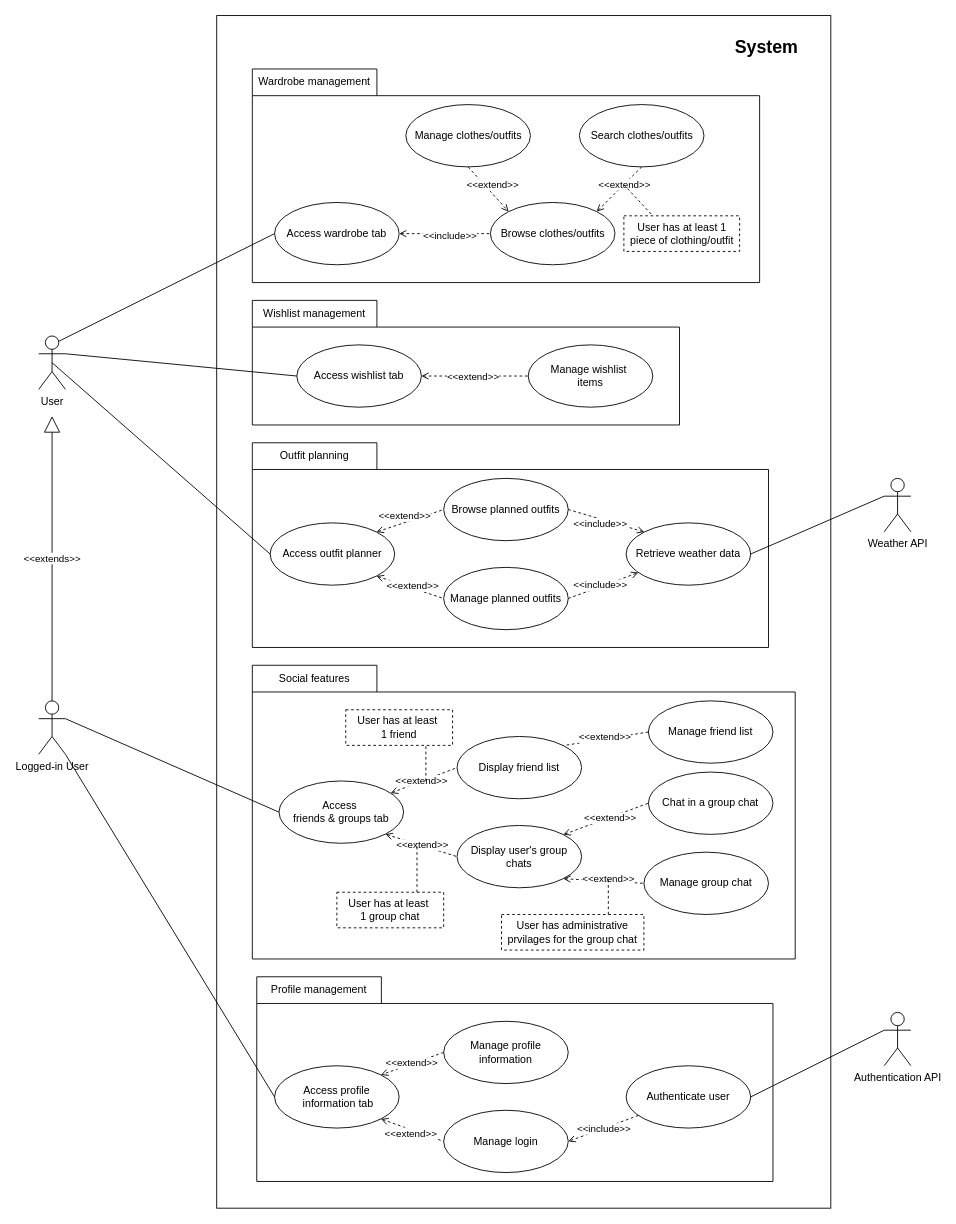
Earlier version of the draw.io diagram docs/diagrams/ucd-system.drawio (gienon-fer/SeekFit). Source tidied: cells renumbered, new cells numbered last; positions are measured from the earlier drawing's top-left corner, leaving out a move shared by most shapes. Both pictures are drawn from the tidied source at 89%, with x=0, y=0 at pixel (38, 15).
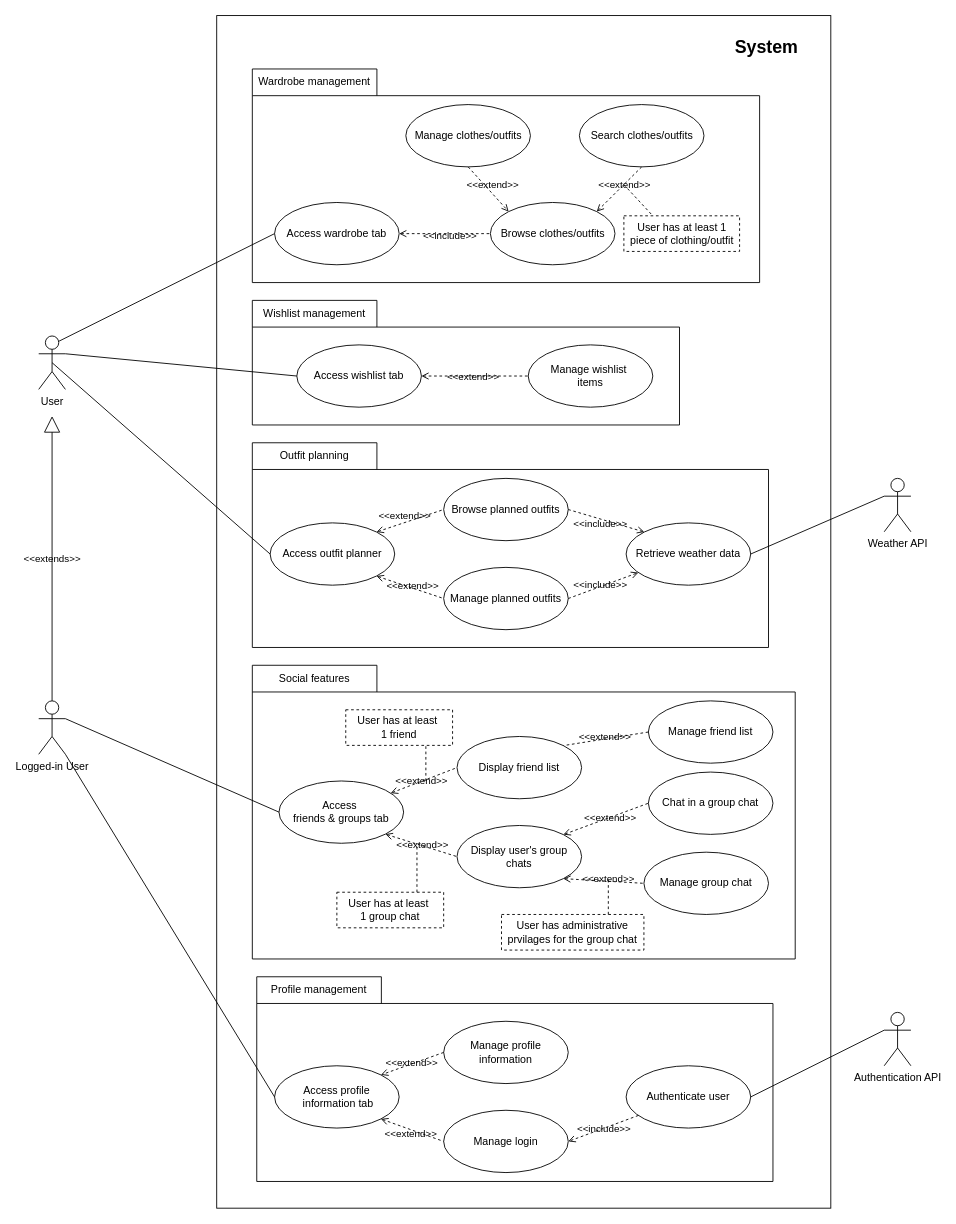
The same diagram, later.

The change refers to these unchanged cells:
```xml
<mxCell id="15" style="endArrow=none;dashed=1;html=1;rounded=0;entryX=0;entryY=0.5;entryDx=0;entryDy=0;exitX=1;exitY=0.5;exitDx=0;exitDy=0;startArrow=open;startFill=0;" parent="1" edge="1" source="8" target="10">
  <mxGeometry relative="1" as="geometry" />
</mxCell>
<mxCell id="17" style="endArrow=open;dashed=1;html=1;rounded=0;entryX=0;entryY=0;entryDx=0;entryDy=0;exitX=0.5;exitY=1;exitDx=0;exitDy=0;startArrow=none;startFill=0;endFill=0;" parent="1" edge="1" source="9" target="10">
  <mxGeometry relative="1" as="geometry" />
</mxCell>
<mxCell id="19" style="endArrow=none;dashed=1;html=1;rounded=0;entryX=0.5;entryY=1;entryDx=0;entryDy=0;exitX=1;exitY=0;exitDx=0;exitDy=0;startArrow=open;startFill=0;" parent="1" edge="1" source="10" target="11">
  <mxGeometry relative="1" as="geometry" />
</mxCell>
<mxCell id="21" style="endArrow=none;dashed=1;html=1;rounded=0;entryX=0;entryY=0.5;entryDx=0;entryDy=0;exitX=1;exitY=0;exitDx=0;exitDy=0;startArrow=open;startFill=0;" parent="1" edge="1" source="12" target="13">
  <mxGeometry relative="1" as="geometry" />
</mxCell>
<mxCell id="23" style="endArrow=none;dashed=1;html=1;rounded=0;entryX=0;entryY=0.5;entryDx=0;entryDy=0;exitX=1;exitY=1;exitDx=0;exitDy=0;startArrow=open;startFill=0;" parent="1" edge="1" source="12" target="14">
  <mxGeometry relative="1" as="geometry" />
</mxCell>
<mxCell id="31" style="endArrow=none;dashed=1;html=1;rounded=0;entryX=0;entryY=0.5;entryDx=0;entryDy=0;exitX=1;exitY=1;exitDx=0;exitDy=0;startArrow=open;startFill=0;" parent="1" edge="1" source="25" target="28">
  <mxGeometry relative="1" as="geometry" />
</mxCell>
<mxCell id="33" style="endArrow=none;dashed=1;html=1;rounded=0;entryX=1;entryY=0;entryDx=0;entryDy=0;exitX=0;exitY=0.5;exitDx=0;exitDy=0;" parent="1" edge="1" source="27" target="26">
  <mxGeometry relative="1" as="geometry" />
</mxCell>
<mxCell id="35" style="endArrow=none;dashed=1;html=1;rounded=0;entryX=0;entryY=0.5;entryDx=0;entryDy=0;exitX=1;exitY=0;exitDx=0;exitDy=0;startArrow=open;startFill=0;" parent="1" edge="1" source="28" target="29">
  <mxGeometry relative="1" as="geometry" />
</mxCell>
<mxCell id="37" style="endArrow=none;dashed=1;html=1;rounded=0;entryX=0;entryY=0.5;entryDx=0;entryDy=0;exitX=1;exitY=1;exitDx=0;exitDy=0;startArrow=open;startFill=0;" parent="1" edge="1" source="28" target="30">
  <mxGeometry relative="1" as="geometry" />
</mxCell>
<mxCell id="43" style="endArrow=open;dashed=1;html=1;rounded=0;entryX=1;entryY=0;entryDx=0;entryDy=0;exitX=0;exitY=0.5;exitDx=0;exitDy=0;startArrow=none;startFill=0;endFill=0;" parent="1" edge="1" source="40" target="39">
  <mxGeometry relative="1" as="geometry" />
</mxCell>
<mxCell id="45" style="endArrow=none;dashed=1;html=1;rounded=0;exitX=1;exitY=1;exitDx=0;exitDy=0;entryX=0;entryY=0.5;entryDx=0;entryDy=0;startArrow=open;startFill=0;" parent="1" edge="1" source="39" target="41">
  <mxGeometry relative="1" as="geometry" />
</mxCell>
<mxCell id="47" style="endArrow=open;dashed=1;html=1;rounded=0;entryX=1;entryY=0.5;entryDx=0;entryDy=0;startArrow=none;startFill=0;endFill=0;" parent="1" edge="1" source="42" target="41">
  <mxGeometry relative="1" as="geometry" />
</mxCell>
<mxCell id="50" style="endArrow=none;dashed=1;html=1;rounded=0;entryX=1;entryY=0.5;entryDx=0;entryDy=0;exitX=0;exitY=0;exitDx=0;exitDy=0;startArrow=open;startFill=0;" parent="1" edge="1" source="49" target="13">
  <mxGeometry relative="1" as="geometry" />
</mxCell>
<mxCell id="52" style="endArrow=open;dashed=1;html=1;rounded=0;exitX=1;exitY=0.5;exitDx=0;exitDy=0;endFill=0;" parent="1" edge="1" source="14" target="49">
  <mxGeometry relative="1" as="geometry" />
</mxCell>
<mxCell id="56" style="endArrow=none;dashed=1;html=1;rounded=0;entryX=0;entryY=0.5;entryDx=0;entryDy=0;exitX=1;exitY=0.5;exitDx=0;exitDy=0;startArrow=open;startFill=0;" parent="1" edge="1" source="54" target="55">
  <mxGeometry relative="1" as="geometry" />
</mxCell>
<mxCell id="59" value="Logged-in User" style="shape=umlActor;verticalLabelPosition=bottom;verticalAlign=top;html=1;outlineConnect=0;" parent="1" vertex="1">
  <mxGeometry y="770" width="30" height="60" as="geometry" />
</mxCell>
<mxCell id="70" style="endArrow=none;dashed=1;html=1;rounded=0;entryX=0;entryY=0.5;entryDx=0;entryDy=0;startArrow=open;startFill=0;" parent="1" edge="1" source="25" target="26">
  <mxGeometry relative="1" as="geometry" />
</mxCell>
```

Change to the diagram source:
```diff
@@
-    <mxCell id="2" style="rounded=0;whiteSpace=wrap;html=1;" parent="1" vertex="1">
+    <mxCell id="2" style="rounded=0;whiteSpace=wrap;html=1;fillColor=none;" parent="1" vertex="1">
       <mxGeometry x="200" width="690" height="1340" as="geometry" />
     </mxCell>
-    <mxCell id="3" style="shape=folder;fontStyle=1;spacingTop=10;tabWidth=140;tabHeight=30;tabPosition=left;html=1;whiteSpace=wrap;" parent="1" vertex="1">
+    <mxCell id="3" style="shape=folder;fontStyle=1;spacingTop=10;tabWidth=140;tabHeight=30;tabPosition=left;html=1;whiteSpace=wrap;fillColor=none;" parent="1" vertex="1">
       <mxGeometry x="245" y="1080" width="580" height="230" as="geometry" />
     </mxCell>
-    <mxCell id="4" style="shape=folder;fontStyle=1;spacingTop=10;tabWidth=140;tabHeight=30;tabPosition=left;html=1;whiteSpace=wrap;" parent="1" vertex="1">
+    <mxCell id="4" style="shape=folder;fontStyle=1;spacingTop=10;tabWidth=140;tabHeight=30;tabPosition=left;html=1;whiteSpace=wrap;fillColor=none;" parent="1" vertex="1">
       <mxGeometry x="240" y="730" width="610" height="330" as="geometry" />
     </mxCell>
-    <mxCell id="5" style="shape=folder;fontStyle=1;spacingTop=10;tabWidth=140;tabHeight=30;tabPosition=left;html=1;whiteSpace=wrap;" parent="1" vertex="1">
+    <mxCell id="5" style="shape=folder;fontStyle=1;spacingTop=10;tabWidth=140;tabHeight=30;tabPosition=left;html=1;whiteSpace=wrap;fillColor=none;" parent="1" vertex="1">
       <mxGeometry x="240" y="480" width="580" height="230" as="geometry" />
     </mxCell>
-    <mxCell id="6" style="shape=folder;fontStyle=1;spacingTop=10;tabWidth=140;tabHeight=30;tabPosition=left;html=1;whiteSpace=wrap;" parent="1" vertex="1">
+    <mxCell id="6" style="shape=folder;fontStyle=1;spacingTop=10;tabWidth=140;tabHeight=30;tabPosition=left;html=1;whiteSpace=wrap;fillColor=none;" parent="1" vertex="1">
       <mxGeometry x="240" y="320" width="480" height="140" as="geometry" />
     </mxCell>
-    <mxCell id="7" style="shape=folder;fontStyle=1;spacingTop=10;tabWidth=140;tabHeight=30;tabPosition=left;html=1;whiteSpace=wrap;" parent="1" vertex="1">
+    <mxCell id="7" style="shape=folder;fontStyle=1;spacingTop=10;tabWidth=140;tabHeight=30;tabPosition=left;html=1;whiteSpace=wrap;fillColor=none;" parent="1" vertex="1">
       <mxGeometry x="240" y="60" width="570" height="240" as="geometry" />
     </mxCell>
@@
-    <mxCell id="16" value="&amp;lt;&amp;lt;include&amp;gt;&amp;gt;" style="edgeLabel;html=1;align=center;verticalAlign=middle;" parent="15" vertex="1">
+    <mxCell id="16" value="&amp;lt;&amp;lt;include&amp;gt;&amp;gt;" style="edgeLabel;html=1;align=center;verticalAlign=middle;labelBackgroundColor=none;" parent="15" vertex="1">
       <mxGeometry x="0.1" y="-2" relative="1" as="geometry" />
     </mxCell>
@@
-    <mxCell id="18" value="&amp;lt;&amp;lt;extend&amp;gt;&amp;gt;" style="edgeLabel;html=1;align=center;verticalAlign=middle;" parent="17" vertex="1">
+    <mxCell id="18" value="&amp;lt;&amp;lt;extend&amp;gt;&amp;gt;" style="edgeLabel;html=1;align=center;verticalAlign=middle;labelBackgroundColor=none;" parent="17" vertex="1">
       <mxGeometry x="0.21" y="1" relative="1" as="geometry">
         <mxPoint x="-1" y="-10" as="offset" />
       </mxGeometry>
     </mxCell>
@@
-    <mxCell id="20" value="&amp;lt;&amp;lt;extend&amp;gt;&amp;gt;" style="edgeLabel;html=1;align=center;verticalAlign=middle;" parent="19" vertex="1">
+    <mxCell id="20" value="&amp;lt;&amp;lt;extend&amp;gt;&amp;gt;" style="edgeLabel;html=1;align=center;verticalAlign=middle;labelBackgroundColor=none;" parent="19" vertex="1">
       <mxGeometry x="0.32" y="2" relative="1" as="geometry">
         <mxPoint x="-1" y="4" as="offset" />
       </mxGeometry>
     </mxCell>
@@
-    <mxCell id="22" value="&amp;lt;&amp;lt;extend&amp;gt;&amp;gt;" style="edgeLabel;html=1;align=center;verticalAlign=middle;" parent="21" vertex="1">
+    <mxCell id="22" value="&amp;lt;&amp;lt;extend&amp;gt;&amp;gt;" style="edgeLabel;html=1;align=center;verticalAlign=middle;labelBackgroundColor=none;" parent="21" vertex="1">
       <mxGeometry x="0.37" y="1" relative="1" as="geometry">
         <mxPoint x="-21" as="offset" />
       </mxGeometry>
     </mxCell>
@@
-    <mxCell id="24" value="&amp;lt;&amp;lt;extend&amp;gt;&amp;gt;" style="edgeLabel;html=1;align=center;verticalAlign=middle;" parent="23" vertex="1">
+    <mxCell id="24" value="&amp;lt;&amp;lt;extend&amp;gt;&amp;gt;" style="edgeLabel;html=1;align=center;verticalAlign=middle;labelBackgroundColor=none;" parent="23" vertex="1">
       <mxGeometry x="0.04" y="2" relative="1" as="geometry" />
     </mxCell>
@@
-    <mxCell id="32" value="&amp;lt;&amp;lt;extend&amp;gt;&amp;gt;" style="edgeLabel;html=1;align=center;verticalAlign=middle;" parent="31" vertex="1">
+    <mxCell id="32" value="&amp;lt;&amp;lt;extend&amp;gt;&amp;gt;" style="edgeLabel;html=1;align=center;verticalAlign=middle;labelBackgroundColor=none;" parent="31" vertex="1">
       <mxGeometry x="-0.37" y="-5" relative="1" as="geometry">
         <mxPoint x="17" y="-1" as="offset" />
       </mxGeometry>
     </mxCell>
@@
-    <mxCell id="34" value="&amp;lt;&amp;lt;extend&amp;gt;&amp;gt;" style="edgeLabel;html=1;align=center;verticalAlign=middle;" parent="33" vertex="1">
+    <mxCell id="34" value="&amp;lt;&amp;lt;extend&amp;gt;&amp;gt;" style="edgeLabel;html=1;align=center;verticalAlign=middle;labelBackgroundColor=none;" parent="33" vertex="1">
       <mxGeometry x="0.09" y="1" relative="1" as="geometry">
         <mxPoint x="3" y="-4" as="offset" />
       </mxGeometry>
     </mxCell>
@@
-    <mxCell id="36" value="&amp;lt;&amp;lt;extend&amp;gt;&amp;gt;" style="edgeLabel;html=1;align=center;verticalAlign=middle;" parent="35" vertex="1">
+    <mxCell id="36" value="&amp;lt;&amp;lt;extend&amp;gt;&amp;gt;" style="edgeLabel;html=1;align=center;verticalAlign=middle;labelBackgroundColor=none;" parent="35" vertex="1">
       <mxGeometry x="0.09" relative="1" as="geometry" />
     </mxCell>
@@
-    <mxCell id="38" value="&amp;lt;&amp;lt;extend&amp;gt;&amp;gt;" style="edgeLabel;html=1;align=center;verticalAlign=middle;" parent="37" vertex="1">
+    <mxCell id="38" value="&amp;lt;&amp;lt;extend&amp;gt;&amp;gt;" style="edgeLabel;html=1;align=center;verticalAlign=middle;labelBackgroundColor=none;" parent="37" vertex="1">
       <mxGeometry x="-0.14" y="2" relative="1" as="geometry">
         <mxPoint x="11" y="-1" as="offset" />
       </mxGeometry>
     </mxCell>
@@
-    <mxCell id="44" value="&amp;lt;&amp;lt;extend&amp;gt;&amp;gt;" style="edgeLabel;html=1;align=center;verticalAlign=middle;" parent="43" vertex="1">
+    <mxCell id="44" value="&amp;lt;&amp;lt;extend&amp;gt;&amp;gt;" style="edgeLabel;html=1;align=center;verticalAlign=middle;labelBackgroundColor=none;" parent="43" vertex="1">
       <mxGeometry x="0.04" y="-2" relative="1" as="geometry">
         <mxPoint x="1" as="offset" />
       </mxGeometry>
     </mxCell>
@@
-    <mxCell id="46" value="&amp;lt;&amp;lt;extend&amp;gt;&amp;gt;" style="edgeLabel;html=1;align=center;verticalAlign=middle;" parent="45" vertex="1">
+    <mxCell id="46" value="&amp;lt;&amp;lt;extend&amp;gt;&amp;gt;" style="edgeLabel;html=1;align=center;verticalAlign=middle;labelBackgroundColor=none;" parent="45" vertex="1">
       <mxGeometry x="-0.04" y="-4" relative="1" as="geometry" />
     </mxCell>
@@
-    <mxCell id="48" value="&amp;lt;&amp;lt;include&amp;gt;&amp;gt;" style="edgeLabel;html=1;align=center;verticalAlign=middle;" parent="47" vertex="1">
+    <mxCell id="48" value="&amp;lt;&amp;lt;include&amp;gt;&amp;gt;" style="edgeLabel;html=1;align=center;verticalAlign=middle;labelBackgroundColor=none;" parent="47" vertex="1">
       <mxGeometry x="0.03" y="4" relative="1" as="geometry">
         <mxPoint y="-4" as="offset" />
       </mxGeometry>
     </mxCell>
@@
-    <mxCell id="51" value="&amp;lt;&amp;lt;include&amp;gt;&amp;gt;" style="edgeLabel;html=1;align=center;verticalAlign=middle;" parent="50" vertex="1">
+    <mxCell id="51" value="&amp;lt;&amp;lt;include&amp;gt;&amp;gt;" style="edgeLabel;html=1;align=center;verticalAlign=middle;labelBackgroundColor=none;" parent="50" vertex="1">
       <mxGeometry x="0.2" y="2" relative="1" as="geometry">
         <mxPoint x="1" y="3" as="offset" />
       </mxGeometry>
     </mxCell>
@@
-    <mxCell id="53" value="&amp;lt;&amp;lt;include&amp;gt;&amp;gt;" style="edgeLabel;html=1;align=center;verticalAlign=middle;" parent="52" vertex="1">
+    <mxCell id="53" value="&amp;lt;&amp;lt;include&amp;gt;&amp;gt;" style="edgeLabel;html=1;align=center;verticalAlign=middle;labelBackgroundColor=none;" parent="52" vertex="1">
       <mxGeometry x="0.17" y="-1" relative="1" as="geometry">
         <mxPoint x="-11" y="1" as="offset" />
       </mxGeometry>
     </mxCell>
@@
-    <mxCell id="57" value="&amp;lt;&amp;lt;extend&amp;gt;&amp;gt;" style="edgeLabel;html=1;align=center;verticalAlign=middle;" parent="56" vertex="1">
+    <mxCell id="57" value="&amp;lt;&amp;lt;extend&amp;gt;&amp;gt;" style="edgeLabel;html=1;align=center;verticalAlign=middle;labelBackgroundColor=none;" parent="56" vertex="1">
       <mxGeometry x="0.09" y="3" relative="1" as="geometry">
         <mxPoint x="-8" y="3" as="offset" />
       </mxGeometry>
     </mxCell>
@@
-    <mxCell id="60" value="&amp;lt;&amp;lt;extends&amp;gt;&amp;gt;" style="endArrow=block;endSize=16;endFill=0;html=1;rounded=0;exitX=0.5;exitY=0;exitDx=0;exitDy=0;exitPerimeter=0;" parent="1" edge="1" source="59">
+    <mxCell id="60" value="&amp;lt;&amp;lt;extends&amp;gt;&amp;gt;" style="endArrow=block;endSize=16;endFill=0;html=1;rounded=0;exitX=0.5;exitY=0;exitDx=0;exitDy=0;exitPerimeter=0;labelBackgroundColor=none;" parent="1" edge="1" source="59">
       <mxGeometry relative="1" as="geometry">
         <mxPoint x="15" y="450" as="targetPoint" />
       </mxGeometry>
     </mxCell>
@@
-    <mxCell id="71" value="&amp;lt;&amp;lt;extend&amp;gt;&amp;gt;" style="edgeLabel;html=1;align=center;verticalAlign=middle;" parent="70" vertex="1">
+    <mxCell id="71" value="&amp;lt;&amp;lt;extend&amp;gt;&amp;gt;" style="edgeLabel;html=1;align=center;verticalAlign=middle;labelBackgroundColor=none;" parent="70" vertex="1">
       <mxGeometry x="0.34" y="2" relative="1" as="geometry">
         <mxPoint x="-15" y="7" as="offset" />
       </mxGeometry>
     </mxCell>
```
